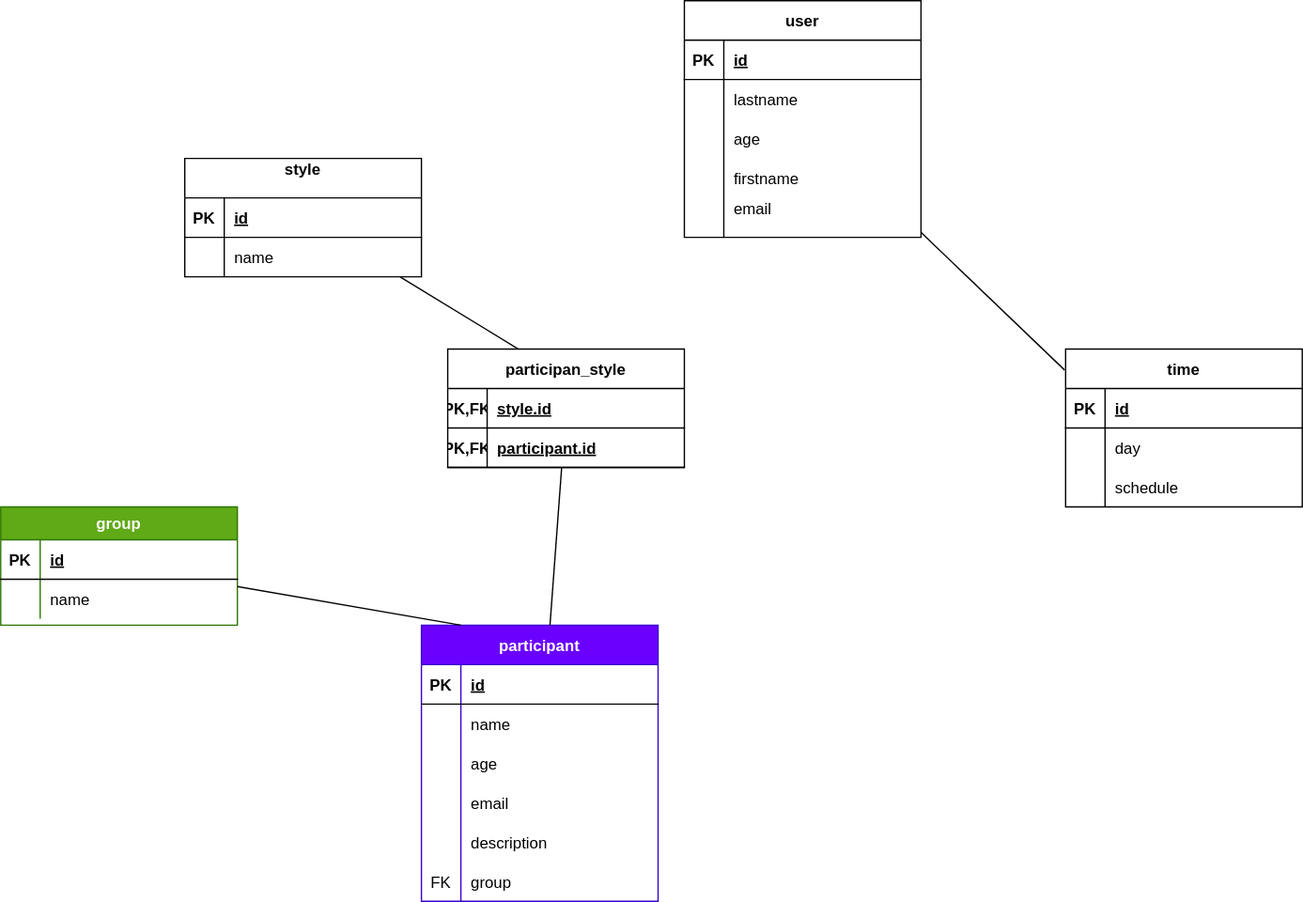
Before: code/server/merise/MLD.rockny2.drawio.svg, a diagram exported from draw.io (Maimoudia/Rockny2). Source tidied: cells renumbered, new cells last; positions are measured from the earlier drawing's top-left corner, leaving out a move shared by most shapes.
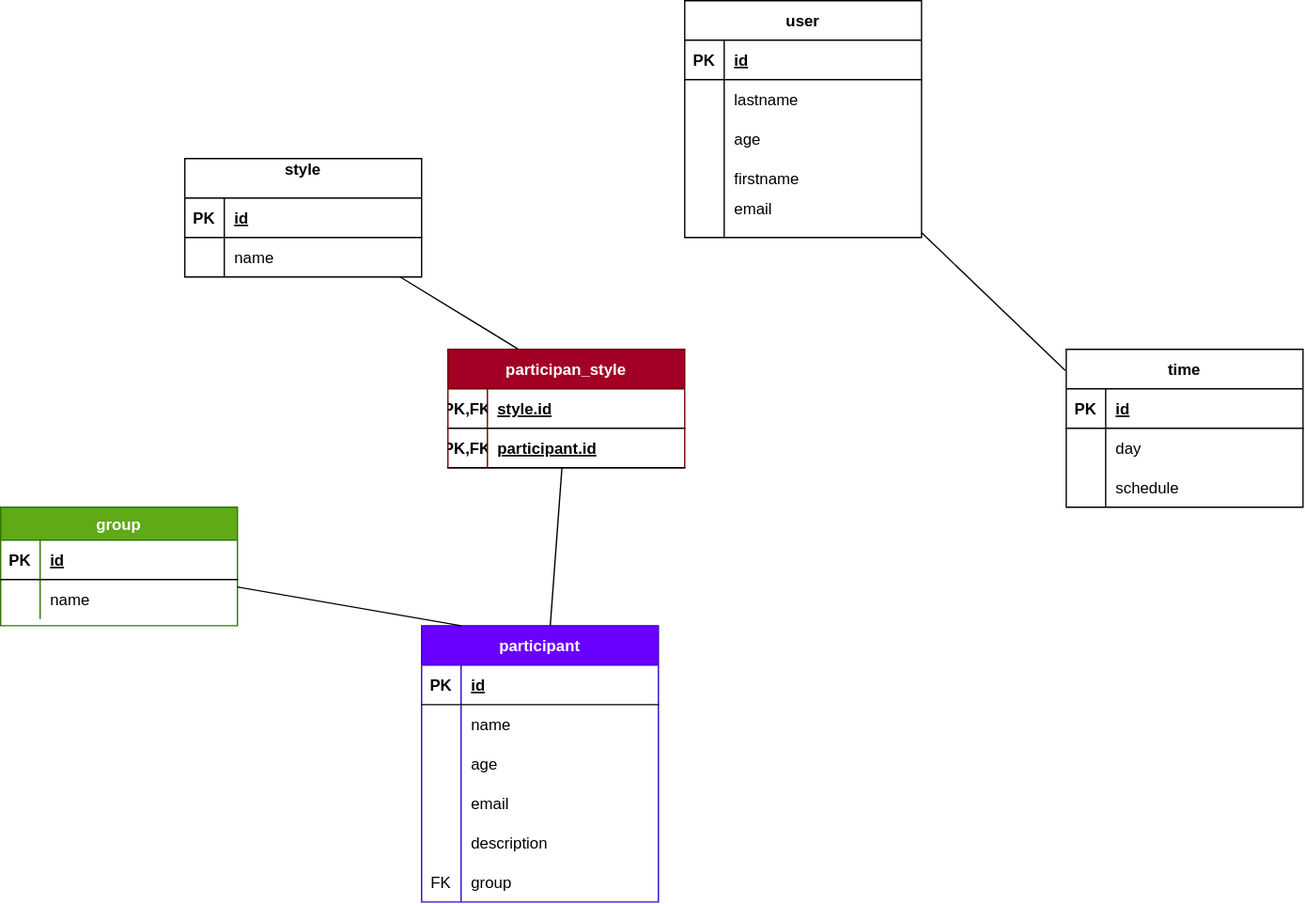
After the commit.

The edit, as a diff of the source:
```diff
@@ -191,7 +191,7 @@
     <mxCell id="64" value="email&#10;" style="shape=partialRectangle;fillColor=none;top=0;left=0;bottom=0;right=0;align=left;spacingLeft=6;overflow=hidden;rounded=0;shadow=0;glass=0;sketch=0;" parent="62" vertex="1">
       <mxGeometry x="30" width="150" height="30" as="geometry" />
     </mxCell>
-    <mxCell id="65" value="participan_style" style="shape=table;startSize=30;rowLines=0;fontStyle=1;align=center;rounded=0;shadow=0;glass=0;sketch=0;gradientColor=none;" parent="1" vertex="1">
+    <mxCell id="65" value="participan_style" style="shape=table;startSize=30;rowLines=0;fontStyle=1;align=center;rounded=0;shadow=0;glass=0;sketch=0;fillColor=#a20025;fontColor=#ffffff;strokeColor=#6F0000;" parent="1" vertex="1">
       <mxGeometry x="340" y="265" width="180" height="90" as="geometry" />
     </mxCell>
     <mxCell id="66" style="shape=tableRow;horizontal=0;startSize=0;swimlaneHead=0;swimlaneBody=0;fillColor=none;top=0;left=0;right=0;bottom=1;rounded=0;shadow=0;glass=0;sketch=0;" parent="65" vertex="1">
```
